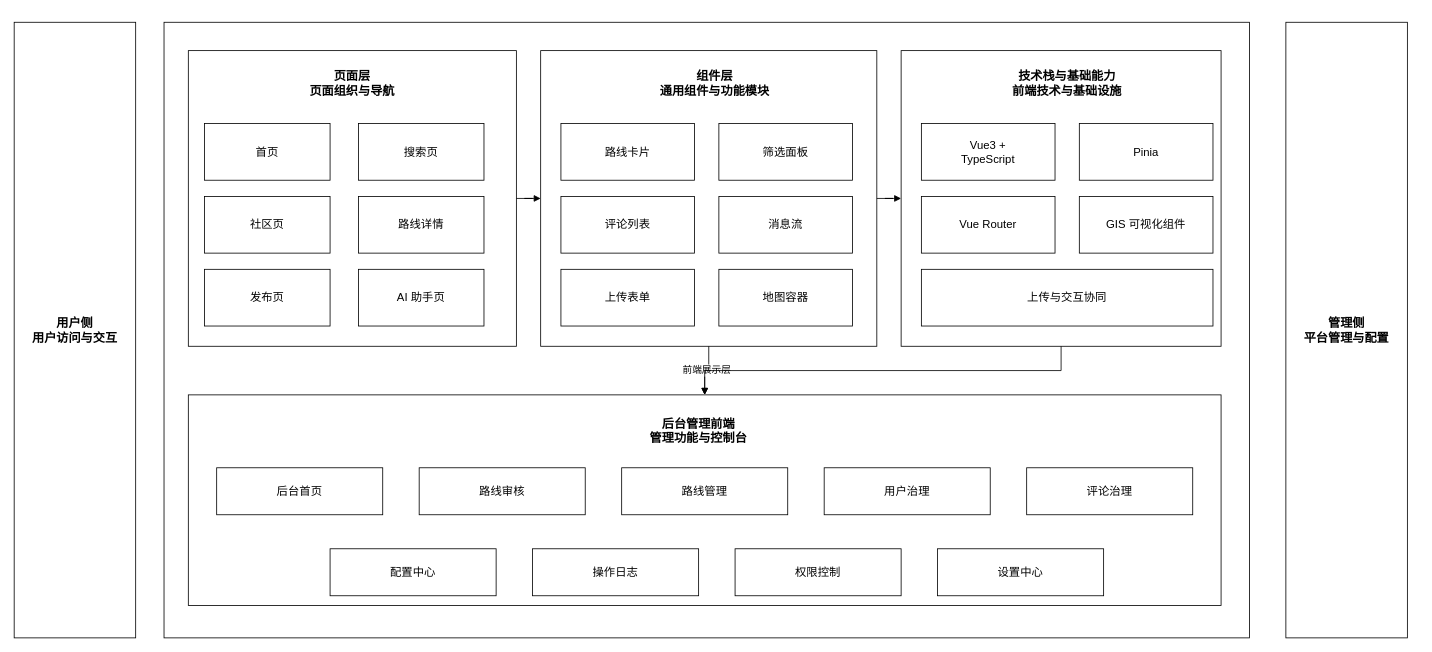
The draw.io diagram DOCS/architecture-diagrams/sources/展示层架构图.drawio in 612cs/TrailQuest, before the edit. Source tidied: cells renumbered, new cells numbered last; positions are measured from the earlier drawing's top-left corner, leaving out a move shared by most shapes. Both pictures are drawn from the tidied source at 81%, with x=0, y=0 at pixel (14, 22).
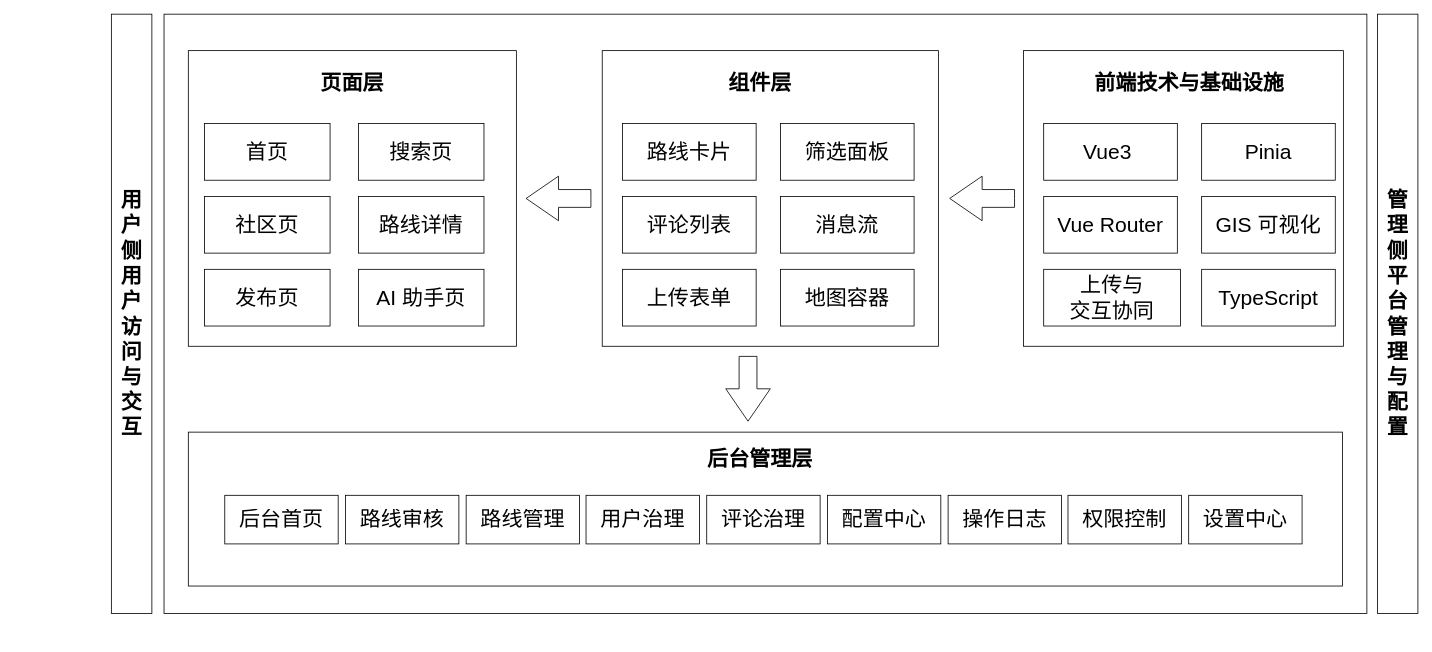
After the change.

The edit, as a diff of the source:
```diff
@@
-    <mxCell id="2" value="用户侧&#10;用户访问与交互" style="rounded=0;whiteSpace=wrap;html=1;strokeColor=#000000;fillColor=#ffffff;fontSize=15;fontStyle=1;align=center;verticalAlign=middle;" parent="1" vertex="1">
-      <mxGeometry width="150" height="760" as="geometry" />
+    <mxCell id="2" value="用户侧&#10;用户访问与交互" style="rounded=0;whiteSpace=wrap;html=1;strokeColor=#000000;fillColor=none;fontSize=26;fontStyle=1;align=center;verticalAlign=middle;" parent="1" vertex="1">
+      <mxGeometry x="120" y="-10" width="50" height="740" as="geometry" />
     </mxCell>
-    <mxCell id="3" value="管理侧&#10;平台管理与配置" style="rounded=0;whiteSpace=wrap;html=1;strokeColor=#000000;fillColor=#ffffff;fontSize=15;fontStyle=1;align=center;verticalAlign=middle;" parent="1" vertex="1">
-      <mxGeometry x="1570" width="150" height="760" as="geometry" />
+    <mxCell id="3" value="管理侧&#10;平台管理与配置" style="rounded=0;whiteSpace=wrap;html=1;strokeColor=#000000;fillColor=none;fontSize=26;fontStyle=1;align=center;verticalAlign=middle;" parent="1" vertex="1">
+      <mxGeometry x="1683" y="-10" width="50" height="740" as="geometry" />
     </mxCell>
-    <mxCell id="4" style="rounded=0;whiteSpace=wrap;html=1;strokeColor=#000000;fillColor=#ffffff;fontSize=14;" parent="1" vertex="1">
-      <mxGeometry x="185" width="1340" height="760" as="geometry" />
+    <mxCell id="4" style="rounded=0;whiteSpace=wrap;html=1;strokeColor=#000000;fillColor=none;fontSize=26;" parent="1" vertex="1">
+      <mxGeometry x="185" y="-10" width="1485" height="740" as="geometry" />
     </mxCell>
-    <mxCell id="5" style="rounded=0;whiteSpace=wrap;html=1;strokeColor=#000000;fillColor=#ffffff;fontSize=14;" parent="1" vertex="1">
+    <mxCell id="5" style="rounded=0;whiteSpace=wrap;html=1;strokeColor=#000000;fillColor=none;fontSize=26;" parent="1" vertex="1">
       <mxGeometry x="215" y="35" width="405" height="365" as="geometry" />
     </mxCell>
-    <mxCell id="6" value="页面层&#10;页面组织与导航" style="rounded=0;whiteSpace=wrap;html=1;strokeColor=none;fillColor=none;fontSize=15;fontStyle=1;align=center;verticalAlign=middle;" parent="1" vertex="1">
+    <mxCell id="6" value="页面层" style="rounded=0;whiteSpace=wrap;html=1;strokeColor=none;fillColor=none;fontSize=26;fontStyle=1;align=center;verticalAlign=middle;" parent="1" vertex="1">
       <mxGeometry x="320" y="50" width="195" height="50" as="geometry" />
     </mxCell>
-    <mxCell id="7" value="首页" style="rounded=0;whiteSpace=wrap;html=1;strokeColor=#000000;fillColor=#ffffff;fontSize=14;align=center;verticalAlign=middle;" parent="1" vertex="1">
+    <mxCell id="7" value="首页" style="rounded=0;whiteSpace=wrap;html=1;strokeColor=#000000;fillColor=none;fontSize=26;align=center;verticalAlign=middle;" parent="1" vertex="1">
       <mxGeometry x="235" y="125" width="155" height="70" as="geometry" />
     </mxCell>
-    <mxCell id="8" value="搜索页" style="rounded=0;whiteSpace=wrap;html=1;strokeColor=#000000;fillColor=#ffffff;fontSize=14;align=center;verticalAlign=middle;" parent="1" vertex="1">
+    <mxCell id="8" value="搜索页" style="rounded=0;whiteSpace=wrap;html=1;strokeColor=#000000;fillColor=none;fontSize=26;align=center;verticalAlign=middle;" parent="1" vertex="1">
       <mxGeometry x="425" y="125" width="155" height="70" as="geometry" />
     </mxCell>
-    <mxCell id="9" value="社区页" style="rounded=0;whiteSpace=wrap;html=1;strokeColor=#000000;fillColor=#ffffff;fontSize=14;align=center;verticalAlign=middle;" parent="1" vertex="1">
+    <mxCell id="9" value="社区页" style="rounded=0;whiteSpace=wrap;html=1;strokeColor=#000000;fillColor=none;fontSize=26;align=center;verticalAlign=middle;" parent="1" vertex="1">
       <mxGeometry x="235" y="215" width="155" height="70" as="geometry" />
     </mxCell>
-    <mxCell id="10" value="路线详情" style="rounded=0;whiteSpace=wrap;html=1;strokeColor=#000000;fillColor=#ffffff;fontSize=14;align=center;verticalAlign=middle;" parent="1" vertex="1">
+    <mxCell id="10" value="路线详情" style="rounded=0;whiteSpace=wrap;html=1;strokeColor=#000000;fillColor=none;fontSize=26;align=center;verticalAlign=middle;" parent="1" vertex="1">
       <mxGeometry x="425" y="215" width="155" height="70" as="geometry" />
     </mxCell>
-    <mxCell id="11" value="发布页" style="rounded=0;whiteSpace=wrap;html=1;strokeColor=#000000;fillColor=#ffffff;fontSize=14;align=center;verticalAlign=middle;" parent="1" vertex="1">
+    <mxCell id="11" value="发布页" style="rounded=0;whiteSpace=wrap;html=1;strokeColor=#000000;fillColor=none;fontSize=26;align=center;verticalAlign=middle;" parent="1" vertex="1">
       <mxGeometry x="235" y="305" width="155" height="70" as="geometry" />
     </mxCell>
-    <mxCell id="12" value="AI 助手页" style="rounded=0;whiteSpace=wrap;html=1;strokeColor=#000000;fillColor=#ffffff;fontSize=14;align=center;verticalAlign=middle;" parent="1" vertex="1">
+    <mxCell id="12" value="AI 助手页" style="rounded=0;whiteSpace=wrap;html=1;strokeColor=#000000;fillColor=none;fontSize=26;align=center;verticalAlign=middle;" parent="1" vertex="1">
       <mxGeometry x="425" y="305" width="155" height="70" as="geometry" />
     </mxCell>
-    <mxCell id="13" style="rounded=0;whiteSpace=wrap;html=1;strokeColor=#000000;fillColor=#ffffff;fontSize=14;" parent="1" vertex="1">
-      <mxGeometry x="650" y="35" width="415" height="365" as="geometry" />
+    <mxCell id="13" style="rounded=0;whiteSpace=wrap;html=1;strokeColor=#000000;fillColor=none;fontSize=26;" parent="1" vertex="1">
+      <mxGeometry x="726" y="35" width="415" height="365" as="geometry" />
     </mxCell>
-    <mxCell id="14" value="组件层&#10;通用组件与功能模块" style="rounded=0;whiteSpace=wrap;html=1;strokeColor=none;fillColor=none;fontSize=15;fontStyle=1;align=center;verticalAlign=middle;" parent="1" vertex="1">
-      <mxGeometry x="760" y="50" width="210" height="50" as="geometry" />
+    <mxCell id="14" value="组件层" style="rounded=0;whiteSpace=wrap;html=1;strokeColor=none;fillColor=none;fontSize=26;fontStyle=1;align=center;verticalAlign=middle;" parent="1" vertex="1">
+      <mxGeometry x="796" y="50" width="250" height="50" as="geometry" />
     </mxCell>
-    <mxCell id="15" value="路线卡片" style="rounded=0;whiteSpace=wrap;html=1;strokeColor=#000000;fillColor=#ffffff;fontSize=14;align=center;verticalAlign=middle;" parent="1" vertex="1">
-      <mxGeometry x="675" y="125" width="165" height="70" as="geometry" />
+    <mxCell id="15" value="路线卡片" style="rounded=0;whiteSpace=wrap;html=1;strokeColor=#000000;fillColor=none;fontSize=26;align=center;verticalAlign=middle;" parent="1" vertex="1">
+      <mxGeometry x="751" y="125" width="165" height="70" as="geometry" />
     </mxCell>
-    <mxCell id="16" value="筛选面板" style="rounded=0;whiteSpace=wrap;html=1;strokeColor=#000000;fillColor=#ffffff;fontSize=14;align=center;verticalAlign=middle;" parent="1" vertex="1">
-      <mxGeometry x="870" y="125" width="165" height="70" as="geometry" />
+    <mxCell id="16" value="筛选面板" style="rounded=0;whiteSpace=wrap;html=1;strokeColor=#000000;fillColor=none;fontSize=26;align=center;verticalAlign=middle;" parent="1" vertex="1">
+      <mxGeometry x="946" y="125" width="165" height="70" as="geometry" />
     </mxCell>
-    <mxCell id="17" value="评论列表" style="rounded=0;whiteSpace=wrap;html=1;strokeColor=#000000;fillColor=#ffffff;fontSize=14;align=center;verticalAlign=middle;" parent="1" vertex="1">
-      <mxGeometry x="675" y="215" width="165" height="70" as="geometry" />
+    <mxCell id="17" value="评论列表" style="rounded=0;whiteSpace=wrap;html=1;strokeColor=#000000;fillColor=none;fontSize=26;align=center;verticalAlign=middle;" parent="1" vertex="1">
+      <mxGeometry x="751" y="215" width="165" height="70" as="geometry" />
     </mxCell>
-    <mxCell id="18" value="消息流" style="rounded=0;whiteSpace=wrap;html=1;strokeColor=#000000;fillColor=#ffffff;fontSize=14;align=center;verticalAlign=middle;" parent="1" vertex="1">
-      <mxGeometry x="870" y="215" width="165" height="70" as="geometry" />
+    <mxCell id="18" value="消息流" style="rounded=0;whiteSpace=wrap;html=1;strokeColor=#000000;fillColor=none;fontSize=26;align=center;verticalAlign=middle;" parent="1" vertex="1">
+      <mxGeometry x="946" y="215" width="165" height="70" as="geometry" />
     </mxCell>
-    <mxCell id="19" value="上传表单" style="rounded=0;whiteSpace=wrap;html=1;strokeColor=#000000;fillColor=#ffffff;fontSize=14;align=center;verticalAlign=middle;" parent="1" vertex="1">
-      <mxGeometry x="675" y="305" width="165" height="70" as="geometry" />
+    <mxCell id="19" value="上传表单" style="rounded=0;whiteSpace=wrap;html=1;strokeColor=#000000;fillColor=none;fontSize=26;align=center;verticalAlign=middle;" parent="1" vertex="1">
+      <mxGeometry x="751" y="305" width="165" height="70" as="geometry" />
     </mxCell>
-    <mxCell id="20" value="地图容器" style="rounded=0;whiteSpace=wrap;html=1;strokeColor=#000000;fillColor=#ffffff;fontSize=14;align=center;verticalAlign=middle;" parent="1" vertex="1">
-      <mxGeometry x="870" y="305" width="165" height="70" as="geometry" />
+    <mxCell id="20" value="地图容器" style="rounded=0;whiteSpace=wrap;html=1;strokeColor=#000000;fillColor=none;fontSize=26;align=center;verticalAlign=middle;" parent="1" vertex="1">
+      <mxGeometry x="946" y="305" width="165" height="70" as="geometry" />
     </mxCell>
-    <mxCell id="21" style="rounded=0;whiteSpace=wrap;html=1;strokeColor=#000000;fillColor=#ffffff;fontSize=14;" parent="1" vertex="1">
-      <mxGeometry x="1095" y="35" width="395" height="365" as="geometry" />
+    <mxCell id="21" style="rounded=0;whiteSpace=wrap;html=1;strokeColor=#000000;fillColor=none;fontSize=26;" parent="1" vertex="1">
+      <mxGeometry x="1246" y="35" width="395" height="365" as="geometry" />
     </mxCell>
-    <mxCell id="22" value="技术栈与基础能力&#10;前端技术与基础设施" style="rounded=0;whiteSpace=wrap;html=1;strokeColor=none;fillColor=none;fontSize=15;fontStyle=1;align=center;verticalAlign=middle;" parent="1" vertex="1">
-      <mxGeometry x="1190" y="50" width="220" height="50" as="geometry" />
+    <mxCell id="22" value="前端技术与基础设施" style="rounded=0;whiteSpace=wrap;html=1;strokeColor=none;fillColor=none;fontSize=26;fontStyle=1;align=center;verticalAlign=middle;" parent="1" vertex="1">
+      <mxGeometry x="1331" y="50" width="240" height="50" as="geometry" />
     </mxCell>
-    <mxCell id="23" value="Vue3 +&#10;TypeScript" style="rounded=0;whiteSpace=wrap;html=1;strokeColor=#000000;fillColor=#ffffff;fontSize=14;align=center;verticalAlign=middle;" parent="1" vertex="1">
-      <mxGeometry x="1120" y="125" width="165" height="70" as="geometry" />
+    <mxCell id="23" value="Vue3&amp;nbsp;" style="rounded=0;whiteSpace=wrap;html=1;strokeColor=#000000;fillColor=none;fontSize=26;align=center;verticalAlign=middle;" parent="1" vertex="1">
+      <mxGeometry x="1271" y="125" width="165" height="70" as="geometry" />
     </mxCell>
-    <mxCell id="24" value="Pinia" style="rounded=0;whiteSpace=wrap;html=1;strokeColor=#000000;fillColor=#ffffff;fontSize=14;align=center;verticalAlign=middle;" parent="1" vertex="1">
-      <mxGeometry x="1315" y="125" width="165" height="70" as="geometry" />
+    <mxCell id="24" value="Pinia" style="rounded=0;whiteSpace=wrap;html=1;strokeColor=#000000;fillColor=none;fontSize=26;align=center;verticalAlign=middle;" parent="1" vertex="1">
+      <mxGeometry x="1466" y="125" width="165" height="70" as="geometry" />
     </mxCell>
-    <mxCell id="25" value="Vue Router" style="rounded=0;whiteSpace=wrap;html=1;strokeColor=#000000;fillColor=#ffffff;fontSize=14;align=center;verticalAlign=middle;" parent="1" vertex="1">
-      <mxGeometry x="1120" y="215" width="165" height="70" as="geometry" />
+    <mxCell id="25" value="Vue Router" style="rounded=0;whiteSpace=wrap;html=1;strokeColor=#000000;fillColor=none;fontSize=26;align=center;verticalAlign=middle;" parent="1" vertex="1">
+      <mxGeometry x="1271" y="215" width="165" height="70" as="geometry" />
     </mxCell>
-    <mxCell id="26" value="GIS 可视化组件" style="rounded=0;whiteSpace=wrap;html=1;strokeColor=#000000;fillColor=#ffffff;fontSize=14;align=center;verticalAlign=middle;" parent="1" vertex="1">
-      <mxGeometry x="1315" y="215" width="165" height="70" as="geometry" />
+    <mxCell id="26" value="GIS 可视化" style="rounded=0;whiteSpace=wrap;html=1;strokeColor=#000000;fillColor=none;fontSize=26;align=center;verticalAlign=middle;" parent="1" vertex="1">
+      <mxGeometry x="1466" y="215" width="165" height="70" as="geometry" />
     </mxCell>
-    <mxCell id="27" value="上传与交互协同" style="rounded=0;whiteSpace=wrap;html=1;strokeColor=#000000;fillColor=#ffffff;fontSize=14;align=center;verticalAlign=middle;" parent="1" vertex="1">
-      <mxGeometry x="1120" y="305" width="360" height="70" as="geometry" />
+    <mxCell id="27" value="上传与&lt;div&gt;交互协同&lt;/div&gt;" style="rounded=0;whiteSpace=wrap;html=1;strokeColor=#000000;fillColor=none;fontSize=26;align=center;verticalAlign=middle;" parent="1" vertex="1">
+      <mxGeometry x="1271" y="305" width="169" height="70" as="geometry" />
     </mxCell>
-    <mxCell id="28" style="rounded=0;whiteSpace=wrap;html=1;strokeColor=#000000;fillColor=#ffffff;fontSize=14;" parent="1" vertex="1">
-      <mxGeometry x="215" y="460" width="1275" height="260" as="geometry" />
+    <mxCell id="28" style="rounded=0;whiteSpace=wrap;html=1;strokeColor=#000000;fillColor=none;fontSize=26;" parent="1" vertex="1">
+      <mxGeometry x="215" y="506" width="1425" height="190" as="geometry" />
     </mxCell>
-    <mxCell id="29" value="后台管理前端&#10;管理功能与控制台" style="rounded=0;whiteSpace=wrap;html=1;strokeColor=none;fillColor=none;fontSize=15;fontStyle=1;align=center;verticalAlign=middle;" parent="1" vertex="1">
-      <mxGeometry x="630" y="480" width="430" height="48" as="geometry" />
+    <mxCell id="29" value="后台管理层" style="rounded=0;whiteSpace=wrap;html=1;strokeColor=none;fillColor=none;fontSize=26;fontStyle=1;align=center;verticalAlign=middle;" parent="1" vertex="1">
+      <mxGeometry x="706" y="514" width="430" height="50" as="geometry" />
     </mxCell>
-    <mxCell id="30" value="后台首页" style="rounded=0;whiteSpace=wrap;html=1;strokeColor=#000000;fillColor=#ffffff;fontSize=14;align=center;verticalAlign=middle;" parent="1" vertex="1">
-      <mxGeometry x="250" y="550" width="205" height="58" as="geometry" />
+    <mxCell id="30" value="后台首页" style="rounded=0;whiteSpace=wrap;html=1;strokeColor=#000000;fillColor=none;fontSize=26;align=center;verticalAlign=middle;" parent="1" vertex="1">
+      <mxGeometry x="260" y="584" width="140" height="60" as="geometry" />
     </mxCell>
-    <mxCell id="31" value="路线审核" style="rounded=0;whiteSpace=wrap;html=1;strokeColor=#000000;fillColor=#ffffff;fontSize=14;align=center;verticalAlign=middle;" parent="1" vertex="1">
-      <mxGeometry x="500" y="550" width="205" height="58" as="geometry" />
+    <mxCell id="31" value="路线审核" style="rounded=0;whiteSpace=wrap;html=1;strokeColor=#000000;fillColor=none;fontSize=26;align=center;verticalAlign=middle;" parent="1" vertex="1">
+      <mxGeometry x="409" y="584" width="140" height="60" as="geometry" />
     </mxCell>
-    <mxCell id="32" value="路线管理" style="rounded=0;whiteSpace=wrap;html=1;strokeColor=#000000;fillColor=#ffffff;fontSize=14;align=center;verticalAlign=middle;" parent="1" vertex="1">
-      <mxGeometry x="750" y="550" width="205" height="58" as="geometry" />
+    <mxCell id="32" value="路线管理" style="rounded=0;whiteSpace=wrap;html=1;strokeColor=#000000;fillColor=none;fontSize=26;align=center;verticalAlign=middle;" parent="1" vertex="1">
+      <mxGeometry x="558" y="584" width="140" height="60" as="geometry" />
     </mxCell>
-    <mxCell id="33" value="用户治理" style="rounded=0;whiteSpace=wrap;html=1;strokeColor=#000000;fillColor=#ffffff;fontSize=14;align=center;verticalAlign=middle;" parent="1" vertex="1">
-      <mxGeometry x="1000" y="550" width="205" height="58" as="geometry" />
+    <mxCell id="33" value="用户治理" style="rounded=0;whiteSpace=wrap;html=1;strokeColor=#000000;fillColor=none;fontSize=26;align=center;verticalAlign=middle;" parent="1" vertex="1">
+      <mxGeometry x="706" y="584" width="140" height="60" as="geometry" />
     </mxCell>
-    <mxCell id="34" value="评论治理" style="rounded=0;whiteSpace=wrap;html=1;strokeColor=#000000;fillColor=#ffffff;fontSize=14;align=center;verticalAlign=middle;" parent="1" vertex="1">
-      <mxGeometry x="1250" y="550" width="205" height="58" as="geometry" />
+    <mxCell id="34" value="评论治理" style="rounded=0;whiteSpace=wrap;html=1;strokeColor=#000000;fillColor=none;fontSize=26;align=center;verticalAlign=middle;" parent="1" vertex="1">
+      <mxGeometry x="855" y="584" width="140" height="60" as="geometry" />
     </mxCell>
-    <mxCell id="35" value="配置中心" style="rounded=0;whiteSpace=wrap;html=1;strokeColor=#000000;fillColor=#ffffff;fontSize=14;align=center;verticalAlign=middle;" parent="1" vertex="1">
-      <mxGeometry x="390" y="650" width="205" height="58" as="geometry" />
+    <mxCell id="35" value="配置中心" style="rounded=0;whiteSpace=wrap;html=1;strokeColor=#000000;fillColor=none;fontSize=26;align=center;verticalAlign=middle;" parent="1" vertex="1">
+      <mxGeometry x="1004" y="584" width="140" height="60" as="geometry" />
     </mxCell>
-    <mxCell id="36" value="操作日志" style="rounded=0;whiteSpace=wrap;html=1;strokeColor=#000000;fillColor=#ffffff;fontSize=14;align=center;verticalAlign=middle;" parent="1" vertex="1">
-      <mxGeometry x="640" y="650" width="205" height="58" as="geometry" />
+    <mxCell id="36" value="操作日志" style="rounded=0;whiteSpace=wrap;html=1;strokeColor=#000000;fillColor=none;fontSize=26;align=center;verticalAlign=middle;" parent="1" vertex="1">
+      <mxGeometry x="1153" y="584" width="140" height="60" as="geometry" />
     </mxCell>
-    <mxCell id="37" value="权限控制" style="rounded=0;whiteSpace=wrap;html=1;strokeColor=#000000;fillColor=#ffffff;fontSize=14;align=center;verticalAlign=middle;" parent="1" vertex="1">
-      <mxGeometry x="890" y="650" width="205" height="58" as="geometry" />
+    <mxCell id="37" value="权限控制" style="rounded=0;whiteSpace=wrap;html=1;strokeColor=#000000;fillColor=none;fontSize=26;align=center;verticalAlign=middle;" parent="1" vertex="1">
+      <mxGeometry x="1301" y="584" width="140" height="60" as="geometry" />
     </mxCell>
-    <mxCell id="38" value="设置中心" style="rounded=0;whiteSpace=wrap;html=1;strokeColor=#000000;fillColor=#ffffff;fontSize=14;align=center;verticalAlign=middle;" parent="1" vertex="1">
-      <mxGeometry x="1140" y="650" width="205" height="58" as="geometry" />
+    <mxCell id="38" value="设置中心" style="rounded=0;whiteSpace=wrap;html=1;strokeColor=#000000;fillColor=none;fontSize=26;align=center;verticalAlign=middle;" parent="1" vertex="1">
+      <mxGeometry x="1450" y="584" width="140" height="60" as="geometry" />
     </mxCell>
-    <mxCell id="39" style="edgeStyle=orthogonalEdgeStyle;rounded=0;jettySize=auto;html=1;strokeColor=#000000;endArrow=block;endFill=1;fontSize=12;" parent="1" edge="1" source="5" target="13">
-      <mxGeometry relative="1" as="geometry" />
-    </mxCell>
-    <mxCell id="40" style="edgeStyle=orthogonalEdgeStyle;rounded=0;jettySize=auto;html=1;strokeColor=#000000;endArrow=block;endFill=1;fontSize=12;" parent="1" edge="1" source="13" target="21">
-      <mxGeometry relative="1" as="geometry" />
-    </mxCell>
-    <mxCell id="41" value="前端展示层" style="edgeStyle=orthogonalEdgeStyle;rounded=0;jettySize=auto;html=1;strokeColor=#000000;endArrow=block;endFill=1;fontSize=12;" parent="1" edge="1" source="13" target="28">
-      <mxGeometry relative="1" as="geometry" />
-    </mxCell>
-    <mxCell id="42" style="edgeStyle=orthogonalEdgeStyle;rounded=0;jettySize=auto;html=1;strokeColor=#000000;endArrow=block;endFill=1;fontSize=12;" parent="1" edge="1" source="21" target="28">
-      <mxGeometry relative="1" as="geometry" />
-    </mxCell>
+    <mxCell id="43" style="html=1;shadow=0;dashed=0;align=center;verticalAlign=middle;shape=mxgraph.arrows2.arrow;dy=0.6;dx=40;notch=0;fillColor=none;direction=west;" parent="1" vertex="1">
+      <mxGeometry x="1155" y="190" width="80" height="55" as="geometry" />
+    </mxCell>
+    <mxCell id="44" style="html=1;shadow=0;dashed=0;align=center;verticalAlign=middle;shape=mxgraph.arrows2.arrow;dy=0.6;dx=40;notch=0;fillColor=none;direction=west;" parent="1" vertex="1">
+      <mxGeometry x="632" y="190" width="80" height="55" as="geometry" />
+    </mxCell>
+    <mxCell id="45" value="TypeScript" style="rounded=0;whiteSpace=wrap;html=1;strokeColor=#000000;fillColor=none;fontSize=26;align=center;verticalAlign=middle;" parent="1" vertex="1">
+      <mxGeometry x="1466" y="305" width="165" height="70" as="geometry" />
+    </mxCell>
+    <mxCell id="46" style="html=1;shadow=0;dashed=0;align=center;verticalAlign=middle;shape=mxgraph.arrows2.arrow;dy=0.6;dx=40;notch=0;fillColor=none;direction=south;" parent="1" vertex="1">
+      <mxGeometry x="878.5" y="412.5" width="55" height="80" as="geometry" />
+    </mxCell>
```
